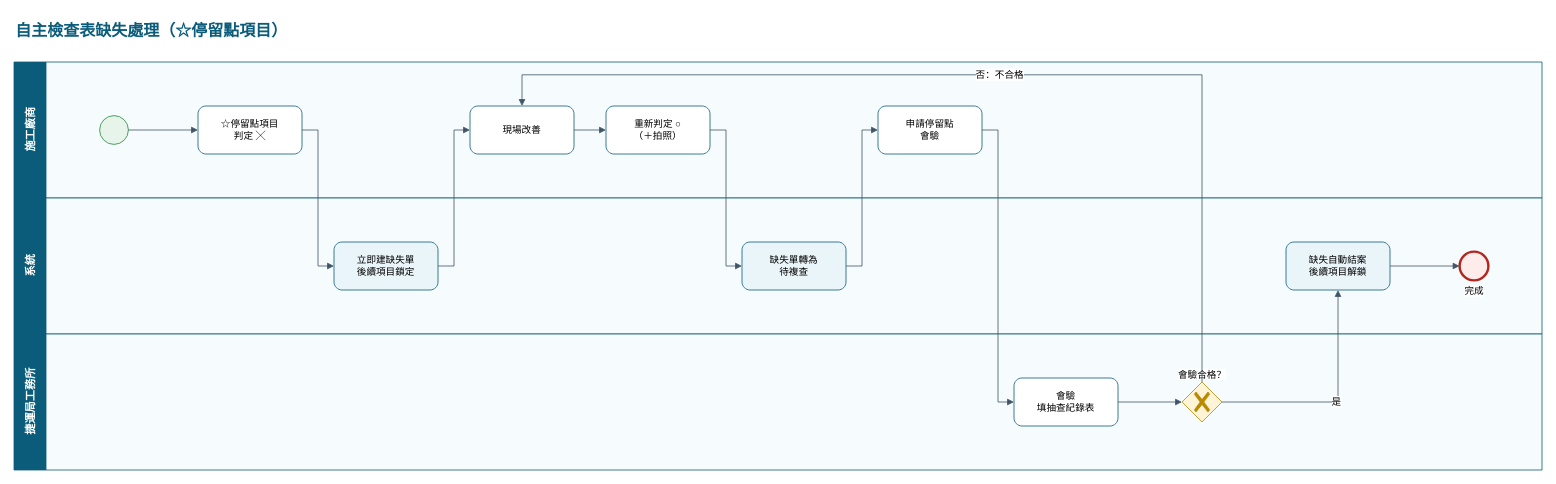
Before: page "自主檢查表缺失處理（☆停留點項目）" (2 of 8) of 捷運施工查驗系統_缺失與停留點流程_BPMN.drawio in brianchou7310/MRT-Construction-QMS, a draw.io diagram. Source tidied: cells renumbered, new cells numbered last; positions are measured from the earlier drawing's top-left corner, leaving out a move shared by most shapes. Both pictures are drawn from the tidied source at 80%, with x=0, y=0 at pixel (14, 14).
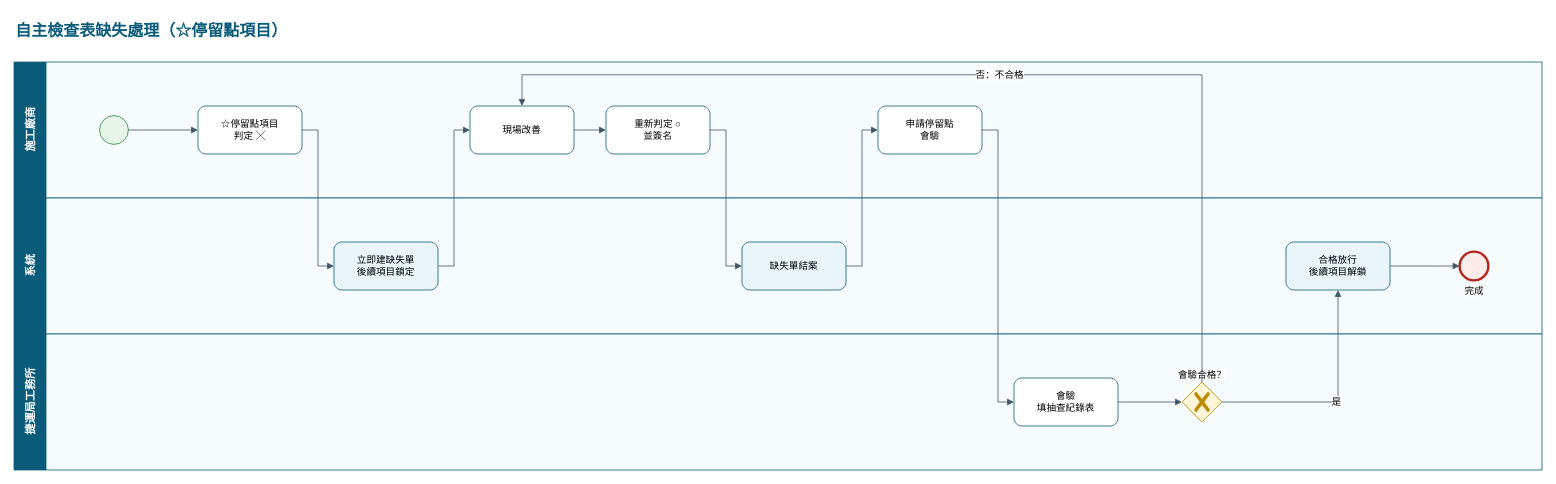
Above is the later version.

Unchanged cells that the change refers to:
```xml
<mxCell id="3" value="施工廠商" style="swimlane;html=1;startSize=40;horizontal=0;fontSize=14;fontStyle=1;fillColor=#0B5C7A;fontColor=#ffffff;strokeColor=#0B5C7A;swimlaneFillColor=#F6FBFD;" parent="1" vertex="1">
  <mxGeometry y="60" width="1910" height="170" as="geometry" />
</mxCell>
<mxCell id="4" value="系統" style="swimlane;html=1;startSize=40;horizontal=0;fontSize=14;fontStyle=1;fillColor=#0B5C7A;fontColor=#ffffff;strokeColor=#0B5C7A;swimlaneFillColor=#F6FBFD;" parent="1" vertex="1">
  <mxGeometry y="230" width="1910" height="170" as="geometry" />
</mxCell>
```

Change to the diagram source:
```diff
@@
-    <mxCell id="10" value="重新判定 ○&lt;br&gt;（＋拍照）" style="points=[[0.25,0,0],[0.5,0,0],[0.75,0,0],[1,0.25,0],[1,0.5,0],[1,0.75,0],[0.75,1,0],[0.5,1,0],[0.25,1,0],[0,0.75,0],[0,0.5,0],[0,0.25,0]];shape=mxgraph.bpmn.task;whiteSpace=wrap;rectStyle=rounded;size=10;html=1;taskMarker=abstract;fontSize=12;fillColor=#FFFFFF;strokeColor=#0B5C7A;" parent="3" vertex="1">
+    <mxCell id="10" value="重新判定 ○&lt;br&gt;並簽名" style="points=[[0.25,0,0],[0.5,0,0],[0.75,0,0],[1,0.25,0],[1,0.5,0],[1,0.75,0],[0.75,1,0],[0.5,1,0],[0.25,1,0],[0,0.75,0],[0,0.5,0],[0,0.25,0]];shape=mxgraph.bpmn.task;whiteSpace=wrap;rectStyle=rounded;size=10;html=1;taskMarker=abstract;fontSize=12;fillColor=#FFFFFF;strokeColor=#0B5C7A;" parent="3" vertex="1">
       <mxGeometry x="740" y="55" width="130" height="60" as="geometry" />
     </mxCell>
-    <mxCell id="11" value="缺失單轉為&lt;br&gt;待複查" style="points=[[0.25,0,0],[0.5,0,0],[0.75,0,0],[1,0.25,0],[1,0.5,0],[1,0.75,0],[0.75,1,0],[0.5,1,0],[0.25,1,0],[0,0.75,0],[0,0.5,0],[0,0.25,0]];shape=mxgraph.bpmn.task;whiteSpace=wrap;rectStyle=rounded;size=10;html=1;taskMarker=abstract;fontSize=12;fillColor=#EAF5F9;strokeColor=#0B5C7A;" parent="4" vertex="1">
+    <mxCell id="11" value="缺失單結案" style="points=[[0.25,0,0],[0.5,0,0],[0.75,0,0],[1,0.25,0],[1,0.5,0],[1,0.75,0],[0.75,1,0],[0.5,1,0],[0.25,1,0],[0,0.75,0],[0,0.5,0],[0,0.25,0]];shape=mxgraph.bpmn.task;whiteSpace=wrap;rectStyle=rounded;size=10;html=1;taskMarker=abstract;fontSize=12;fillColor=#EAF5F9;strokeColor=#0B5C7A;" parent="4" vertex="1">
       <mxGeometry x="910" y="55" width="130" height="60" as="geometry" />
     </mxCell>
@@
-    <mxCell id="15" value="缺失自動結案&lt;br&gt;後續項目解鎖" style="points=[[0.25,0,0],[0.5,0,0],[0.75,0,0],[1,0.25,0],[1,0.5,0],[1,0.75,0],[0.75,1,0],[0.5,1,0],[0.25,1,0],[0,0.75,0],[0,0.5,0],[0,0.25,0]];shape=mxgraph.bpmn.task;whiteSpace=wrap;rectStyle=rounded;size=10;html=1;taskMarker=abstract;fontSize=12;fillColor=#EAF5F9;strokeColor=#0B5C7A;" parent="4" vertex="1">
+    <mxCell id="15" value="合格放行&lt;br&gt;後續項目解鎖" style="points=[[0.25,0,0],[0.5,0,0],[0.75,0,0],[1,0.25,0],[1,0.5,0],[1,0.75,0],[0.75,1,0],[0.5,1,0],[0.25,1,0],[0,0.75,0],[0,0.5,0],[0,0.25,0]];shape=mxgraph.bpmn.task;whiteSpace=wrap;rectStyle=rounded;size=10;html=1;taskMarker=abstract;fontSize=12;fillColor=#EAF5F9;strokeColor=#0B5C7A;" parent="4" vertex="1">
       <mxGeometry x="1590" y="55" width="130" height="60" as="geometry" />
     </mxCell>
```
